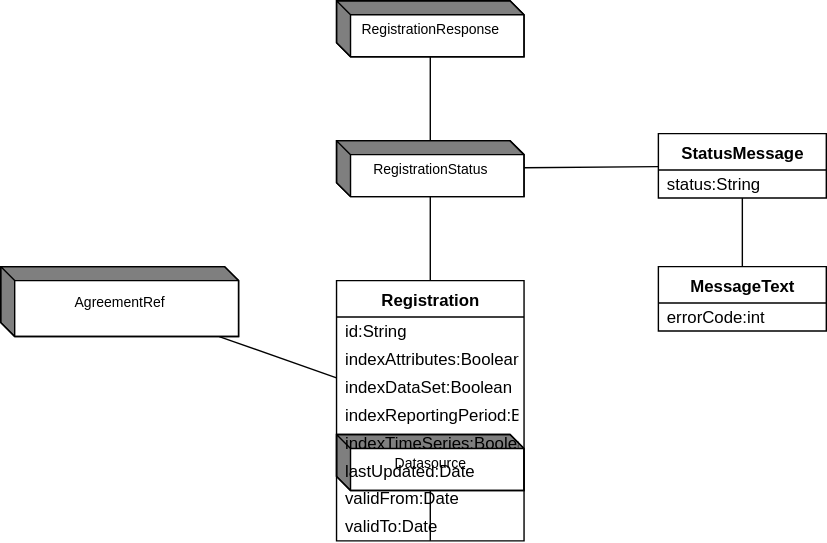
Before: docs/logical_interfaces/media/sdmx_registry-registration_response.svg, a diagram exported from draw.io (sdmx-twg/sdmx-im). Source tidied: cells renumbered, new cells last; positions are measured from the earlier drawing's top-left corner, leaving out a move shared by most shapes.
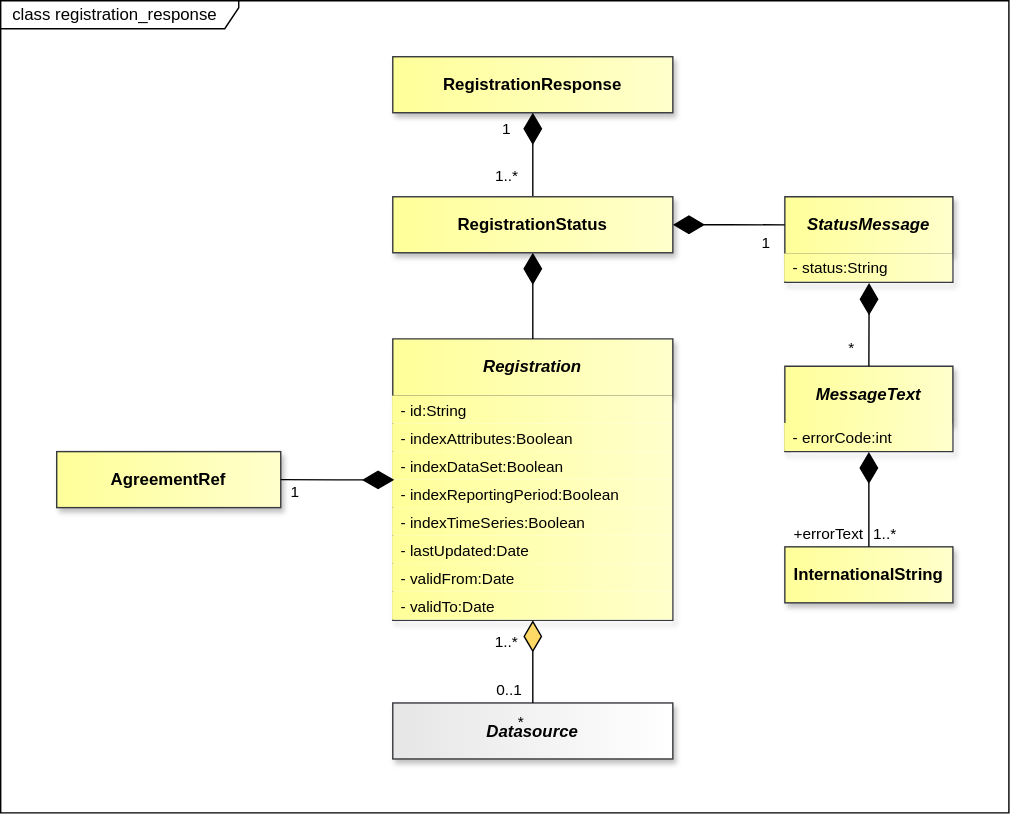
Later version of the same file.

What changed in the source:
```diff
@@ -2,63 +2,6 @@
   <root>
     <mxCell id="0" />
     <mxCell id="1" parent="0" />
-    <mxCell id="2" value="MessageText" style="swimlane;fontStyle=1;align=center;verticalAlign=top;horizontal=1;startSize=26;whiteSpace=wrap;html=1;" parent="1" vertex="1">
-      <mxGeometry x="470" y="190" width="120" height="46" as="geometry" />
-    </mxCell>
-    <mxCell id="3" value="errorCode:int" style="text;strokeColor=none;fillColor=none;align=left;verticalAlign=middle;spacingLeft=4;spacingRight=4;overflow=hidden;whiteSpace=wrap;html=1;" parent="2" vertex="1">
-      <mxGeometry y="26" width="120" height="20" as="geometry" />
-    </mxCell>
-    <mxCell id="4" value="Datasource" style="shape=mxgraph.dfd.externalEntity;fontSize=10;" parent="1" vertex="1">
-      <mxGeometry x="240" y="310" width="134" height="40" as="geometry" />
-    </mxCell>
-    <mxCell id="5" value="AgreementRef" style="shape=mxgraph.dfd.externalEntity;fontSize=10;" parent="1" vertex="1">
-      <mxGeometry y="190" width="170" height="50" as="geometry" />
-    </mxCell>
-    <mxCell id="6" value="RegistrationStatus" style="shape=mxgraph.dfd.externalEntity;fontSize=10;" parent="1" vertex="1">
-      <mxGeometry x="240" y="100" width="134" height="40" as="geometry" />
-    </mxCell>
-    <mxCell id="7" value="Registration" style="swimlane;fontStyle=1;align=center;verticalAlign=top;horizontal=1;startSize=26;whiteSpace=wrap;html=1;" parent="1" vertex="1">
-      <mxGeometry x="240" y="200" width="134" height="186" as="geometry" />
-    </mxCell>
-    <mxCell id="8" value="id:String" style="text;strokeColor=none;fillColor=none;align=left;verticalAlign=middle;spacingLeft=4;spacingRight=4;overflow=hidden;whiteSpace=wrap;html=1;" parent="7" vertex="1">
-      <mxGeometry y="26" width="134" height="20" as="geometry" />
-    </mxCell>
-    <mxCell id="9" value="indexAttributes:Boolean" style="text;strokeColor=none;fillColor=none;align=left;verticalAlign=middle;spacingLeft=4;spacingRight=4;overflow=hidden;whiteSpace=wrap;html=1;" parent="7" vertex="1">
-      <mxGeometry y="46" width="134" height="20" as="geometry" />
-    </mxCell>
-    <mxCell id="10" value="indexDataSet:Boolean" style="text;strokeColor=none;fillColor=none;align=left;verticalAlign=middle;spacingLeft=4;spacingRight=4;overflow=hidden;whiteSpace=wrap;html=1;" parent="7" vertex="1">
-      <mxGeometry y="66" width="134" height="20" as="geometry" />
-    </mxCell>
-    <mxCell id="11" value="indexReportingPeriod:Boolean" style="text;strokeColor=none;fillColor=none;align=left;verticalAlign=middle;spacingLeft=4;spacingRight=4;overflow=hidden;whiteSpace=wrap;html=1;" parent="7" vertex="1">
-      <mxGeometry y="86" width="134" height="20" as="geometry" />
-    </mxCell>
-    <mxCell id="12" value="indexTimeSeries:Boolean" style="text;strokeColor=none;fillColor=none;align=left;verticalAlign=middle;spacingLeft=4;spacingRight=4;overflow=hidden;whiteSpace=wrap;html=1;" parent="7" vertex="1">
-      <mxGeometry y="106" width="134" height="20" as="geometry" />
-    </mxCell>
-    <mxCell id="13" value="lastUpdated:Date" style="text;strokeColor=none;fillColor=none;align=left;verticalAlign=middle;spacingLeft=4;spacingRight=4;overflow=hidden;whiteSpace=wrap;html=1;" parent="7" vertex="1">
-      <mxGeometry y="126" width="134" height="20" as="geometry" />
-    </mxCell>
-    <mxCell id="14" value="validFrom:Date" style="text;strokeColor=none;fillColor=none;align=left;verticalAlign=middle;spacingLeft=4;spacingRight=4;overflow=hidden;whiteSpace=wrap;html=1;" parent="7" vertex="1">
-      <mxGeometry y="146" width="134" height="20" as="geometry" />
-    </mxCell>
-    <mxCell id="15" value="validTo:Date" style="text;strokeColor=none;fillColor=none;align=left;verticalAlign=middle;spacingLeft=4;spacingRight=4;overflow=hidden;whiteSpace=wrap;html=1;" parent="7" vertex="1">
-      <mxGeometry y="166" width="134" height="20" as="geometry" />
-    </mxCell>
-    <mxCell id="16" value="RegistrationResponse" style="shape=mxgraph.dfd.externalEntity;fontSize=10;" parent="1" vertex="1">
-      <mxGeometry x="240" width="134" height="40" as="geometry" />
-    </mxCell>
-    <mxCell id="17" value="StatusMessage" style="swimlane;fontStyle=1;align=center;verticalAlign=top;horizontal=1;startSize=26;whiteSpace=wrap;html=1;" parent="1" vertex="1">
-      <mxGeometry x="470" y="95" width="120" height="46" as="geometry" />
-    </mxCell>
-    <mxCell id="18" value="status:String" style="text;strokeColor=none;fillColor=none;align=left;verticalAlign=middle;spacingLeft=4;spacingRight=4;overflow=hidden;whiteSpace=wrap;html=1;" parent="17" vertex="1">
-      <mxGeometry y="26" width="120" height="20" as="geometry" />
-    </mxCell>
-    <mxCell id="19" style="endArrow=none;" parent="1" edge="1" target="2">
-      <mxGeometry relative="1" as="geometry" />
-    </mxCell>
-    <mxCell id="20" style="endArrow=none;" parent="1" edge="1" source="2" target="17">
-      <mxGeometry relative="1" as="geometry" />
-    </mxCell>
     <mxCell id="21" style="endArrow=none;" parent="1" edge="1">
       <mxGeometry relative="1" as="geometry" />
     </mxCell>
@@ -89,12 +32,6 @@
     <mxCell id="30" style="endArrow=none;" parent="1" edge="1">
       <mxGeometry relative="1" as="geometry" />
     </mxCell>
-    <mxCell id="31" style="endArrow=none;" parent="1" edge="1" target="4">
-      <mxGeometry relative="1" as="geometry" />
-    </mxCell>
-    <mxCell id="32" style="endArrow=none;" parent="1" edge="1" source="4" target="7">
-      <mxGeometry relative="1" as="geometry" />
-    </mxCell>
     <mxCell id="33" style="endArrow=none;" parent="1" edge="1">
       <mxGeometry relative="1" as="geometry" />
     </mxCell>
@@ -116,9 +53,6 @@
     <mxCell id="39" style="endArrow=none;" parent="1" edge="1">
       <mxGeometry relative="1" as="geometry" />
     </mxCell>
-    <mxCell id="40" style="endArrow=none;" parent="1" edge="1" source="5" target="7">
-      <mxGeometry relative="1" as="geometry" />
-    </mxCell>
     <mxCell id="41" style="endArrow=none;" parent="1" edge="1">
       <mxGeometry relative="1" as="geometry" />
     </mxCell>
@@ -155,30 +89,9 @@
     <mxCell id="52" style="endArrow=none;" parent="1" edge="1">
       <mxGeometry relative="1" as="geometry" />
     </mxCell>
-    <mxCell id="53" style="endArrow=none;" parent="1" edge="1" source="7" target="6">
-      <mxGeometry relative="1" as="geometry" />
-    </mxCell>
-    <mxCell id="54" style="endArrow=none;" parent="1" edge="1" source="17" target="6">
-      <mxGeometry relative="1" as="geometry" />
-    </mxCell>
-    <mxCell id="55" style="endArrow=none;" parent="1" edge="1" source="6" target="16">
-      <mxGeometry relative="1" as="geometry" />
-    </mxCell>
     <mxCell id="56" style="endArrow=none;" parent="1" edge="1">
       <mxGeometry relative="1" as="geometry" />
     </mxCell>
-    <mxCell id="57" style="endArrow=none;" parent="1" edge="1" source="7">
-      <mxGeometry relative="1" as="geometry" />
-    </mxCell>
-    <mxCell id="58" style="endArrow=none;" parent="1" edge="1" source="7">
-      <mxGeometry relative="1" as="geometry" />
-    </mxCell>
-    <mxCell id="59" style="endArrow=none;" parent="1" edge="1" source="7">
-      <mxGeometry relative="1" as="geometry" />
-    </mxCell>
-    <mxCell id="60" style="endArrow=none;" parent="1" edge="1" source="7">
-      <mxGeometry relative="1" as="geometry" />
-    </mxCell>
     <mxCell id="61" style="endArrow=none;" parent="1" edge="1">
       <mxGeometry relative="1" as="geometry" />
     </mxCell>
@@ -236,5 +149,139 @@
     <mxCell id="79" style="endArrow=none;" parent="1" edge="1">
       <mxGeometry relative="1" as="geometry" />
     </mxCell>
+    <mxCell id="80" value="&amp;nbsp; class registration_response" style="shape=umlFrame;whiteSpace=wrap;html=1;fillColor=light-dark(#FFFFFF,#121212);swimlaneFillColor=light-dark(#FFFFFF,#121212);width=170;height=20;align=left;" parent="1" vertex="1">
+      <mxGeometry x="-130" y="-10" width="720" height="580" as="geometry" />
+    </mxCell>
+    <mxCell id="16" value="RegistrationResponse" style="whiteSpace=wrap;html=1;verticalAlign=middle;gradientDirection=east;imageVerticalAlign=top;fontStyle=1;fillColor=light-dark(#FFFF99,#FFFF99);strokeColor=#36393d;fontColor=light-dark(#000000,#000000);gradientColor=light-dark(#FFFFCC,#FFFFCC);shadow=1;" parent="1" vertex="1">
+      <mxGeometry x="150" y="30" width="200" height="40" as="geometry" />
+    </mxCell>
+    <mxCell id="17" value="StatusMessage" style="swimlane;fontStyle=3;align=center;verticalAlign=middle;horizontal=1;startSize=41;whiteSpace=wrap;html=1;strokeColor=#36393d;fontFamily=Helvetica;fontSize=12;fillColor=light-dark(#FFFF99,#FFFF99);gradientDirection=east;gradientColor=light-dark(#FFFFCC,#FFFFCC);fontColor=light-dark(#000000,#000000);shadow=1;" parent="1" vertex="1">
+      <mxGeometry x="430" y="130" width="120" height="61" as="geometry" />
+    </mxCell>
+    <mxCell id="81" value="- status:String" style="text;strokeColor=none;fillColor=light-dark(#FFFF99,#FFFF99);align=left;verticalAlign=middle;spacingLeft=4;spacingRight=4;overflow=hidden;points=[[0,0.5],[1,0.5]];portConstraint=eastwest;whiteSpace=wrap;html=1;fontFamily=Helvetica;fontSize=11;fontColor=light-dark(#000000,#000000);fontStyle=0;gradientColor=light-dark(#FFFFCC,#FFFFCC);gradientDirection=east;" parent="17" vertex="1">
+      <mxGeometry y="41" width="120" height="20" as="geometry" />
+    </mxCell>
+    <mxCell id="7" value="Registration" style="swimlane;fontStyle=3;align=center;verticalAlign=middle;horizontal=1;startSize=41;whiteSpace=wrap;html=1;strokeColor=#36393d;fontFamily=Helvetica;fontSize=12;fillColor=light-dark(#FFFF99,#FFFF99);gradientDirection=east;gradientColor=light-dark(#FFFFCC,#FFFFCC);fontColor=light-dark(#000000,#000000);shadow=1;" parent="1" vertex="1">
+      <mxGeometry x="150" y="231.5" width="200" height="201" as="geometry" />
+    </mxCell>
+    <mxCell id="82" value="- id:String" style="text;strokeColor=none;fillColor=light-dark(#FFFF99,#FFFF99);align=left;verticalAlign=middle;spacingLeft=4;spacingRight=4;overflow=hidden;whiteSpace=wrap;html=1;fontFamily=Helvetica;fontSize=11;fontColor=light-dark(#000000,#000000);fontStyle=0;gradientColor=light-dark(#FFFFCC,#FFFFCC);gradientDirection=east;" parent="7" vertex="1">
+      <mxGeometry y="41" width="200" height="20" as="geometry" />
+    </mxCell>
+    <mxCell id="83" value="- indexAttributes:Boolean" style="text;strokeColor=none;fillColor=light-dark(#FFFF99,#FFFF99);align=left;verticalAlign=middle;spacingLeft=4;spacingRight=4;overflow=hidden;whiteSpace=wrap;html=1;fontFamily=Helvetica;fontSize=11;fontColor=light-dark(#000000,#000000);fontStyle=0;gradientColor=light-dark(#FFFFCC,#FFFFCC);gradientDirection=east;" parent="7" vertex="1">
+      <mxGeometry y="61" width="200" height="20" as="geometry" />
+    </mxCell>
+    <mxCell id="84" value="- indexDataSet:Boolean" style="text;strokeColor=none;fillColor=light-dark(#FFFF99,#FFFF99);align=left;verticalAlign=middle;spacingLeft=4;spacingRight=4;overflow=hidden;points=[[0,0.5],[1,0.5]];portConstraint=eastwest;whiteSpace=wrap;html=1;fontFamily=Helvetica;fontSize=11;fontColor=light-dark(#000000,#000000);fontStyle=0;gradientColor=light-dark(#FFFFCC,#FFFFCC);gradientDirection=east;" parent="7" vertex="1">
+      <mxGeometry y="81" width="200" height="20" as="geometry" />
+    </mxCell>
+    <mxCell id="85" value="- indexReportingPeriod:Boolean" style="text;strokeColor=none;fillColor=light-dark(#FFFF99,#FFFF99);align=left;verticalAlign=middle;spacingLeft=4;spacingRight=4;overflow=hidden;whiteSpace=wrap;html=1;fontFamily=Helvetica;fontSize=11;fontColor=light-dark(#000000,#000000);fontStyle=0;gradientColor=light-dark(#FFFFCC,#FFFFCC);gradientDirection=east;" parent="7" vertex="1">
+      <mxGeometry y="101" width="200" height="20" as="geometry" />
+    </mxCell>
+    <mxCell id="86" value="- indexTimeSeries:Boolean" style="text;strokeColor=none;fillColor=light-dark(#FFFF99,#FFFF99);align=left;verticalAlign=middle;spacingLeft=4;spacingRight=4;overflow=hidden;whiteSpace=wrap;html=1;fontFamily=Helvetica;fontSize=11;fontColor=light-dark(#000000,#000000);fontStyle=0;gradientColor=light-dark(#FFFFCC,#FFFFCC);gradientDirection=east;" parent="7" vertex="1">
+      <mxGeometry y="121" width="200" height="20" as="geometry" />
+    </mxCell>
+    <mxCell id="87" value="- lastUpdated:Date" style="text;strokeColor=none;fillColor=light-dark(#FFFF99,#FFFF99);align=left;verticalAlign=middle;spacingLeft=4;spacingRight=4;overflow=hidden;whiteSpace=wrap;html=1;fontFamily=Helvetica;fontSize=11;fontColor=light-dark(#000000,#000000);fontStyle=0;gradientColor=light-dark(#FFFFCC,#FFFFCC);gradientDirection=east;" parent="7" vertex="1">
+      <mxGeometry y="141" width="200" height="20" as="geometry" />
+    </mxCell>
+    <mxCell id="88" value="- validFrom:Date" style="text;strokeColor=none;fillColor=light-dark(#FFFF99,#FFFF99);align=left;verticalAlign=middle;spacingLeft=4;spacingRight=4;overflow=hidden;whiteSpace=wrap;html=1;fontFamily=Helvetica;fontSize=11;fontColor=light-dark(#000000,#000000);fontStyle=0;gradientColor=light-dark(#FFFFCC,#FFFFCC);gradientDirection=east;" parent="7" vertex="1">
+      <mxGeometry y="161" width="200" height="20" as="geometry" />
+    </mxCell>
+    <mxCell id="89" value="- validTo:Date" style="text;strokeColor=none;fillColor=light-dark(#FFFF99,#FFFF99);align=left;verticalAlign=middle;spacingLeft=4;spacingRight=4;overflow=hidden;whiteSpace=wrap;html=1;fontFamily=Helvetica;fontSize=11;fontColor=light-dark(#000000,#000000);fontStyle=0;gradientColor=light-dark(#FFFFCC,#FFFFCC);gradientDirection=east;" parent="7" vertex="1">
+      <mxGeometry y="181" width="200" height="20" as="geometry" />
+    </mxCell>
+    <mxCell id="5" value="AgreementRef" style="whiteSpace=wrap;html=1;verticalAlign=middle;gradientDirection=east;imageVerticalAlign=top;fontStyle=1;fillColor=light-dark(#FFFF99,#FFFF99);strokeColor=#36393d;fontColor=light-dark(#000000,#000000);gradientColor=light-dark(#FFFFCC,#FFFFCC);shadow=1;" parent="1" vertex="1">
+      <mxGeometry x="-90" y="312" width="160" height="40" as="geometry" />
+    </mxCell>
+    <mxCell id="90" value="InternationalString" style="whiteSpace=wrap;html=1;verticalAlign=middle;gradientDirection=east;imageVerticalAlign=top;fontStyle=1;fillColor=light-dark(#FFFF99,#FFFF99);strokeColor=#36393d;fontColor=light-dark(#000000,#000000);gradientColor=light-dark(#FFFFCC,#FFFFCC);shadow=1;" parent="1" vertex="1">
+      <mxGeometry x="430" y="380" width="120" height="40" as="geometry" />
+    </mxCell>
+    <mxCell id="4" value="Datasource" style="whiteSpace=wrap;html=1;verticalAlign=middle;gradientDirection=east;imageVerticalAlign=top;fontStyle=3;fillColor=light-dark(#E6E6E6,#E6E6E6);strokeColor=#36393d;fontColor=light-dark(#000000,#000000);gradientColor=light-dark(#FFFFFF,#FFFFFF);shadow=1;" parent="1" vertex="1">
+      <mxGeometry x="150" y="491.5" width="200" height="40" as="geometry" />
+    </mxCell>
+    <mxCell id="91" style="endArrow=none;html=1;endSize=12;startArrow=diamondThin;startSize=20;startFill=1;edgeStyle=orthogonalEdgeStyle;rounded=0;exitX=0.5;exitY=1;exitDx=0;exitDy=0;endFill=0;strokeColor=light-dark(#000000,#FFFFFF);fontColor=light-dark(#000000,#FFFFFF);labelBackgroundColor=none;entryX=0.5;entryY=0;entryDx=0;entryDy=0;" parent="1" edge="1" source="16" target="6">
+      <mxGeometry x="-0.3" relative="1" as="geometry" />
+    </mxCell>
+    <mxCell id="92" value="1..*" style="edgeLabel;html=1;align=right;verticalAlign=top;labelBackgroundColor=none;fontColor=light-dark(#000000,#FFFFFF);" parent="91" vertex="1">
+      <mxGeometry x="0.79" relative="1" as="geometry">
+        <mxPoint x="-10" y="-22" as="offset" />
+      </mxGeometry>
+    </mxCell>
+    <mxCell id="93" value="1" style="edgeLabel;html=1;align=center;verticalAlign=middle;defaultLabelBackgroundColor=gap;" parent="91" vertex="1">
+      <mxGeometry x="-0.63" y="1" relative="1" as="geometry">
+        <mxPoint x="-21" as="offset" />
+      </mxGeometry>
+    </mxCell>
+    <mxCell id="94" style="endArrow=none;html=1;endSize=12;startArrow=diamondThin;startSize=20;startFill=1;edgeStyle=orthogonalEdgeStyle;rounded=0;exitX=0.5;exitY=1;exitDx=0;exitDy=0;endFill=0;strokeColor=light-dark(#000000,#FFFFFF);fontColor=light-dark(#000000,#FFFFFF);labelBackgroundColor=none;entryX=0.5;entryY=0;entryDx=0;entryDy=0;" parent="1" edge="1" source="6" target="7">
+      <mxGeometry x="-0.29" relative="1" as="geometry" />
+    </mxCell>
+    <mxCell id="95" style="endArrow=none;html=1;endSize=12;startArrow=diamondThin;startSize=20;startFill=1;edgeStyle=orthogonalEdgeStyle;rounded=0;endFill=0;strokeColor=light-dark(#000000,#FFFFFF);fontColor=light-dark(#000000,#FFFFFF);labelBackgroundColor=none;exitX=0.5;exitY=1;exitDx=0;exitDy=0;entryX=0.5;entryY=0;entryDx=0;entryDy=0;startFillColor=light-dark(#FFD966,#FFD966);" parent="1" edge="1" source="7" target="4">
+      <mxGeometry x="0.63" y="-28" relative="1" as="geometry">
+        <mxPoint x="-1" as="offset" />
+      </mxGeometry>
+    </mxCell>
+    <mxCell id="96" value="*" style="edgeLabel;html=1;align=right;verticalAlign=top;labelBackgroundColor=none;fontColor=light-dark(#000000,#FFFFFF);" parent="95" vertex="1">
+      <mxGeometry x="1" relative="1" as="geometry">
+        <mxPoint x="-6" as="offset" />
+      </mxGeometry>
+    </mxCell>
+    <mxCell id="97" value="1..*" style="edgeLabel;html=1;align=center;verticalAlign=middle;" parent="95" vertex="1">
+      <mxGeometry x="-0.5" y="-1" relative="1" as="geometry">
+        <mxPoint x="-19" as="offset" />
+      </mxGeometry>
+    </mxCell>
+    <mxCell id="98" value="0..1" style="edgeLabel;html=1;align=center;verticalAlign=middle;" parent="95" vertex="1">
+      <mxGeometry x="0.72" relative="1" as="geometry">
+        <mxPoint x="-18" y="-2" as="offset" />
+      </mxGeometry>
+    </mxCell>
+    <mxCell id="6" value="RegistrationStatus" style="whiteSpace=wrap;html=1;verticalAlign=middle;gradientDirection=east;imageVerticalAlign=top;fontStyle=1;fillColor=light-dark(#FFFF99,#FFFF99);strokeColor=#36393d;fontColor=light-dark(#000000,#000000);gradientColor=light-dark(#FFFFCC,#FFFFCC);shadow=1;" parent="1" vertex="1">
+      <mxGeometry x="150" y="130" width="200" height="40" as="geometry" />
+    </mxCell>
+    <mxCell id="2" value="MessageText" style="swimlane;fontStyle=3;align=center;verticalAlign=middle;horizontal=1;startSize=41;whiteSpace=wrap;html=1;strokeColor=#36393d;fontFamily=Helvetica;fontSize=12;fillColor=light-dark(#FFFF99,#FFFF99);gradientDirection=east;gradientColor=light-dark(#FFFFCC,#FFFFCC);fontColor=light-dark(#000000,#000000);shadow=1;" parent="1" vertex="1">
+      <mxGeometry x="430" y="251" width="120" height="61" as="geometry" />
+    </mxCell>
+    <mxCell id="99" value="- errorCode:int" style="text;strokeColor=none;fillColor=light-dark(#FFFF99,#FFFF99);align=left;verticalAlign=middle;spacingLeft=4;spacingRight=4;overflow=hidden;points=[[0,0.5],[1,0.5]];portConstraint=eastwest;whiteSpace=wrap;html=1;fontFamily=Helvetica;fontSize=11;fontColor=light-dark(#000000,#000000);fontStyle=0;gradientColor=light-dark(#FFFFCC,#FFFFCC);gradientDirection=east;" parent="2" vertex="1">
+      <mxGeometry y="41" width="120" height="20" as="geometry" />
+    </mxCell>
+    <mxCell id="100" style="endArrow=none;html=1;endSize=12;startArrow=diamondThin;startSize=20;startFill=1;edgeStyle=orthogonalEdgeStyle;rounded=0;exitX=1;exitY=0.5;exitDx=0;exitDy=0;endFill=0;strokeColor=light-dark(#000000,#FFFFFF);fontColor=light-dark(#000000,#FFFFFF);labelBackgroundColor=none;entryX=0;entryY=0.329;entryDx=0;entryDy=0;entryPerimeter=0;" parent="1" edge="1" source="6" target="17">
+      <mxGeometry x="-0.63" relative="1" as="geometry" />
+    </mxCell>
+    <mxCell id="101" value="1" style="edgeLabel;html=1;align=right;verticalAlign=top;labelBackgroundColor=none;fontColor=light-dark(#000000,#FFFFFF);" parent="100" vertex="1">
+      <mxGeometry relative="1" as="geometry">
+        <mxPoint x="30" as="offset" />
+      </mxGeometry>
+    </mxCell>
+    <mxCell id="102" style="endArrow=none;html=1;endSize=12;startArrow=diamondThin;startSize=20;startFill=1;edgeStyle=orthogonalEdgeStyle;rounded=0;endFill=0;strokeColor=light-dark(#000000,#FFFFFF);fontColor=light-dark(#000000,#FFFFFF);labelBackgroundColor=none;entryX=0.5;entryY=0;entryDx=0;entryDy=0;exitX=0.501;exitY=1.032;exitDx=0;exitDy=0;exitPerimeter=0;" parent="1" edge="1" source="81" target="2">
+      <mxGeometry x="-0.11" relative="1" as="geometry" />
+    </mxCell>
+    <mxCell id="103" value="*" style="edgeLabel;html=1;align=right;verticalAlign=top;labelBackgroundColor=none;fontColor=light-dark(#000000,#FFFFFF);" parent="102" vertex="1">
+      <mxGeometry x="0.84" relative="1" as="geometry">
+        <mxPoint x="-10" y="-22" as="offset" />
+      </mxGeometry>
+    </mxCell>
+    <mxCell id="104" style="endArrow=none;html=1;endSize=12;startArrow=diamondThin;startSize=20;startFill=1;edgeStyle=orthogonalEdgeStyle;rounded=0;exitX=0.5;exitY=1.01;exitDx=0;exitDy=0;endFill=0;strokeColor=light-dark(#000000,#FFFFFF);fontColor=light-dark(#000000,#FFFFFF);labelBackgroundColor=none;entryX=0.5;entryY=0;entryDx=0;entryDy=0;exitPerimeter=0;" parent="1" edge="1" source="99" target="90">
+      <mxGeometry x="-0.4" relative="1" as="geometry" />
+    </mxCell>
+    <mxCell id="105" value="1..*" style="edgeLabel;html=1;align=right;verticalAlign=top;labelBackgroundColor=none;fontColor=light-dark(#000000,#FFFFFF);" parent="104" vertex="1">
+      <mxGeometry x="0.53" relative="1" as="geometry">
+        <mxPoint x="20" y="-6" as="offset" />
+      </mxGeometry>
+    </mxCell>
+    <mxCell id="106" value="+errorText" style="edgeLabel;html=1;align=center;verticalAlign=middle;defaultLabelBackgroundColor=gap;" parent="104" vertex="1">
+      <mxGeometry x="0.23" relative="1" as="geometry">
+        <mxPoint x="-30" y="16" as="offset" />
+      </mxGeometry>
+    </mxCell>
+    <mxCell id="107" style="endArrow=none;html=1;endSize=12;startArrow=diamondThin;startSize=20;startFill=1;edgeStyle=orthogonalEdgeStyle;rounded=0;endFill=0;strokeColor=light-dark(#000000,#FFFFFF);fontColor=light-dark(#000000,#FFFFFF);labelBackgroundColor=none;entryX=1;entryY=0.5;entryDx=0;entryDy=0;exitX=0.005;exitY=0.984;exitDx=0;exitDy=0;exitPerimeter=0;" parent="1" edge="1" source="84" target="5">
+      <mxGeometry x="0.58" relative="1" as="geometry">
+        <Array as="points">
+          <mxPoint x="110" y="332.2" />
+        </Array>
+      </mxGeometry>
+    </mxCell>
+    <mxCell id="108" value="1" style="edgeLabel;html=1;align=center;verticalAlign=middle;defaultLabelBackgroundColor=gap;" parent="107" vertex="1">
+      <mxGeometry x="0.49" y="1" relative="1" as="geometry">
+        <mxPoint x="-11" y="7" as="offset" />
+      </mxGeometry>
+    </mxCell>
   </root>
 </mxGraphModel>
```
